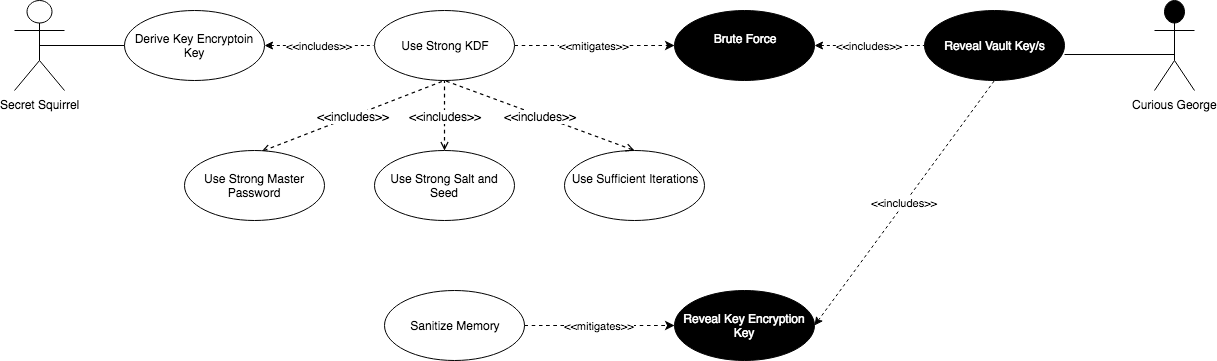
Earlier version of the draw.io export Images/Use Cases-Key Encryption Key.png (sdfrench/CYBR8420-GotRoot). Source tidied: cells renumbered, new cells last; positions are measured from the earlier drawing's top-left corner, leaving out a move shared by most shapes.
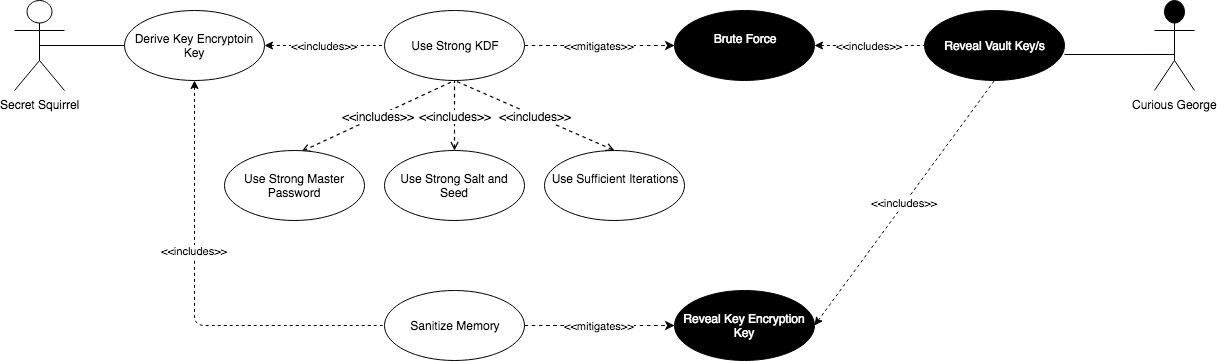
After the commit.

What changed in the source:
```diff
@@ -20,19 +20,17 @@
     <mxCell id="7" value="&amp;lt;&amp;lt;mitigates&amp;gt;&amp;gt;" style="html=1;jettySize=18;fontSize=11;strokeOpacity=100;dashed=1;strokeWidth=1.2;rounded=1;arcSize=10;startArrow=none;endArrow=classic;entryX=0;entryY=0.5;entryDx=0;entryDy=0;endFill=1;startFill=0;exitX=1;exitY=0.5;exitDx=0;exitDy=0;" parent="1" edge="1" source="9" target="12">
       <mxGeometry relative="1" as="geometry" />
     </mxCell>
-    <mxCell id="8" value="&amp;lt;&amp;lt;includes&amp;gt;&amp;gt;" style="edgeStyle=none;rounded=1;jettySize=auto;html=1;dashed=1;startArrow=classic;startFill=1;endArrow=none;endFill=0;fontColor=#000000;exitX=1;exitY=0.5;exitDx=0;exitDy=0;" parent="1" edge="1" source="2">
-      <mxGeometry relative="1" as="geometry">
-        <mxPoint x="359" y="45" as="targetPoint" />
-      </mxGeometry>
+    <mxCell id="8" value="&amp;lt;&amp;lt;includes&amp;gt;&amp;gt;" style="edgeStyle=none;rounded=1;jettySize=auto;html=1;dashed=1;startArrow=classic;startFill=1;endArrow=none;endFill=0;fontColor=#000000;exitX=1;exitY=0.5;exitDx=0;exitDy=0;entryX=0;entryY=0.5;entryDx=0;entryDy=0;" parent="1" edge="1" source="2" target="9">
+      <mxGeometry relative="1" as="geometry" />
     </mxCell>
     <mxCell id="9" value="Use Strong KDF" style="ellipse;whiteSpace=wrap;html=1;" parent="1" vertex="1">
-      <mxGeometry x="360" y="10" width="140" height="70" as="geometry" />
+      <mxGeometry x="370" y="10" width="140" height="70" as="geometry" />
     </mxCell>
     <mxCell id="10" value="Sanitize Memory" style="ellipse;whiteSpace=wrap;html=1;" parent="1" vertex="1">
       <mxGeometry x="370" y="290" width="140" height="70" as="geometry" />
     </mxCell>
     <mxCell id="11" value="Use Strong Master Password" style="ellipse;whiteSpace=wrap;html=1;" parent="1" vertex="1">
-      <mxGeometry x="170" y="150" width="140" height="70" as="geometry" />
+      <mxGeometry x="210" y="150" width="140" height="70" as="geometry" />
     </mxCell>
     <mxCell id="12" value="&lt;div&gt;Brute Force&lt;/div&gt;&lt;div&gt;&lt;br&gt;&lt;/div&gt;" style="ellipse;whiteSpace=wrap;html=1;fillColor=#000000;fontColor=#FFFFFF;" parent="1" vertex="1">
       <mxGeometry x="660" y="10" width="140" height="70" as="geometry" />
@@ -58,15 +56,13 @@
       <mxGeometry relative="1" as="geometry" />
     </mxCell>
     <mxCell id="19" value="Use Strong Salt and Seed" style="ellipse;whiteSpace=wrap;html=1;" parent="1" vertex="1">
-      <mxGeometry x="360" y="150" width="140" height="70" as="geometry" />
+      <mxGeometry x="370" y="150" width="140" height="70" as="geometry" />
     </mxCell>
     <mxCell id="20" value="&lt;div&gt;Use Sufficient Iterations&lt;/div&gt;&lt;div&gt; &lt;br&gt;&lt;/div&gt;" style="ellipse;whiteSpace=wrap;html=1;" parent="1" vertex="1">
-      <mxGeometry x="550" y="150" width="140" height="70" as="geometry" />
+      <mxGeometry x="530" y="150" width="140" height="70" as="geometry" />
     </mxCell>
-    <mxCell id="21" style="html=1;jettySize=18;fontSize=11;strokeOpacity=100;dashed=1;strokeWidth=1.2;rounded=1;arcSize=10;startArrow=open;endArrow=none;elbow=vertical;endFill=0;" parent="1" edge="1" source="19">
-      <mxGeometry relative="1" as="geometry">
-        <mxPoint x="430" y="80" as="targetPoint" />
-      </mxGeometry>
+    <mxCell id="21" style="html=1;jettySize=18;fontSize=11;strokeOpacity=100;dashed=1;strokeWidth=1.2;rounded=1;arcSize=10;startArrow=open;endArrow=none;elbow=vertical;endFill=0;entryX=0.5;entryY=1;entryDx=0;entryDy=0;" parent="1" edge="1" source="19" target="9">
+      <mxGeometry relative="1" as="geometry" />
     </mxCell>
     <mxCell id="22" value="&amp;lt;&amp;lt;includes&amp;gt;&amp;gt;" style="text;html=1;labelBackgroundColor=#ffffff;align=center;verticalAlign=middle;" parent="21" vertex="1">
       <mxGeometry relative="1" as="geometry" />
@@ -80,5 +76,8 @@
     <mxCell id="25" value="&amp;lt;&amp;lt;includes&amp;gt;&amp;gt;" style="edgeStyle=none;rounded=1;jettySize=auto;html=1;dashed=1;startArrow=classic;startFill=1;endArrow=none;endFill=0;fontColor=#000000;entryX=0.5;entryY=1;entryDx=0;entryDy=0;exitX=1;exitY=0.5;exitDx=0;exitDy=0;" parent="1" edge="1" source="14" target="13">
       <mxGeometry relative="1" as="geometry" />
     </mxCell>
+    <mxCell id="26" value="&amp;lt;&amp;lt;includes&amp;gt;&amp;gt;" style="edgeStyle=orthogonalEdgeStyle;rounded=1;jettySize=auto;html=1;dashed=1;startArrow=classic;startFill=1;endArrow=none;endFill=0;fontColor=#000000;exitX=0.5;exitY=1;exitDx=0;exitDy=0;entryX=0;entryY=0.5;entryDx=0;entryDy=0;" parent="1" edge="1" source="2" target="10">
+      <mxGeometry x="-0.22" relative="1" as="geometry" />
+    </mxCell>
   </root>
 </mxGraphModel>
```
